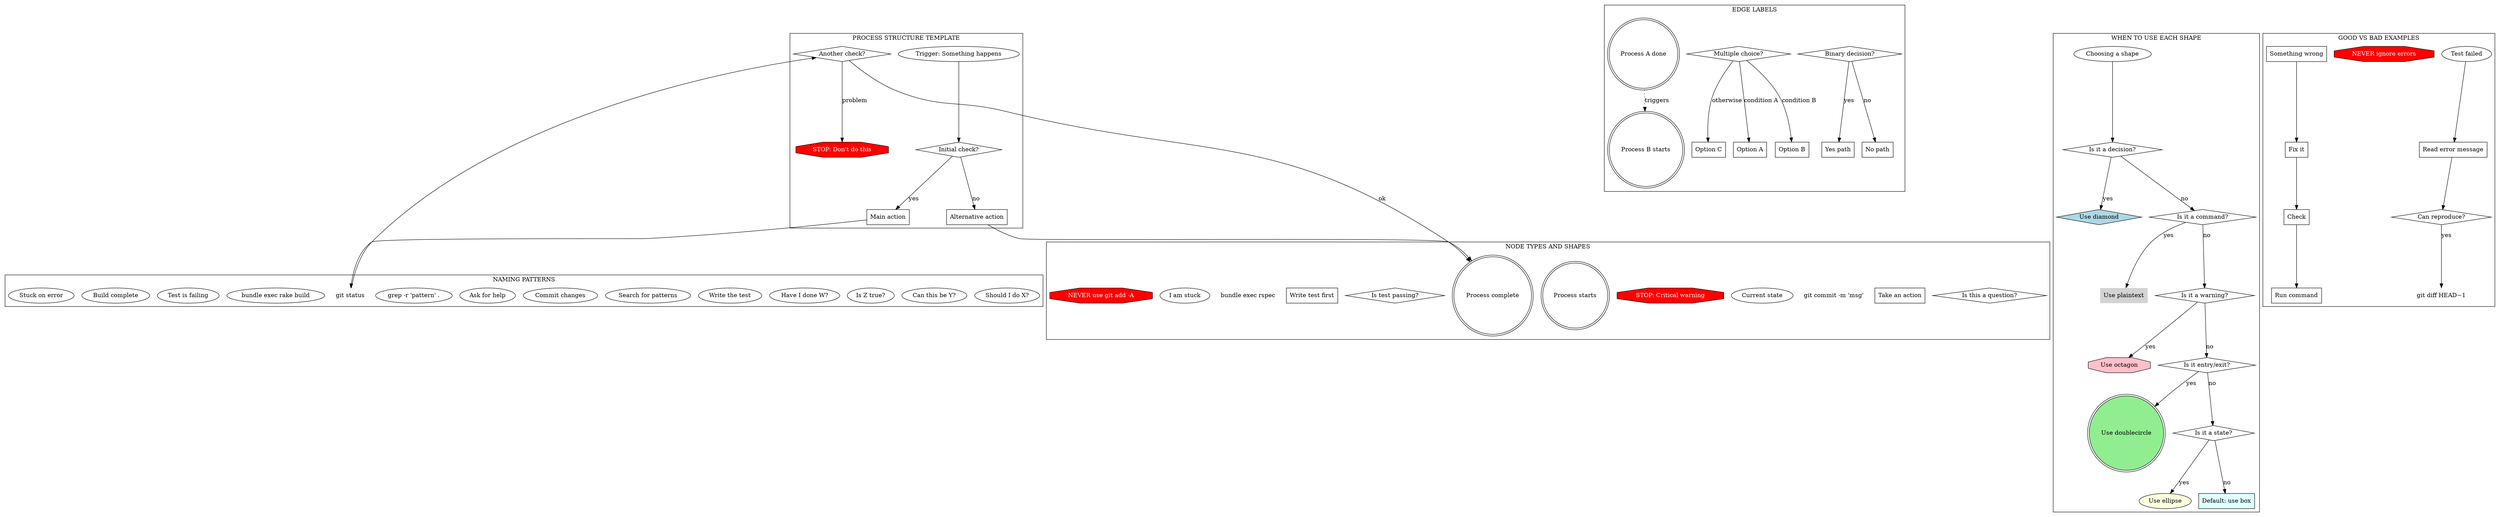
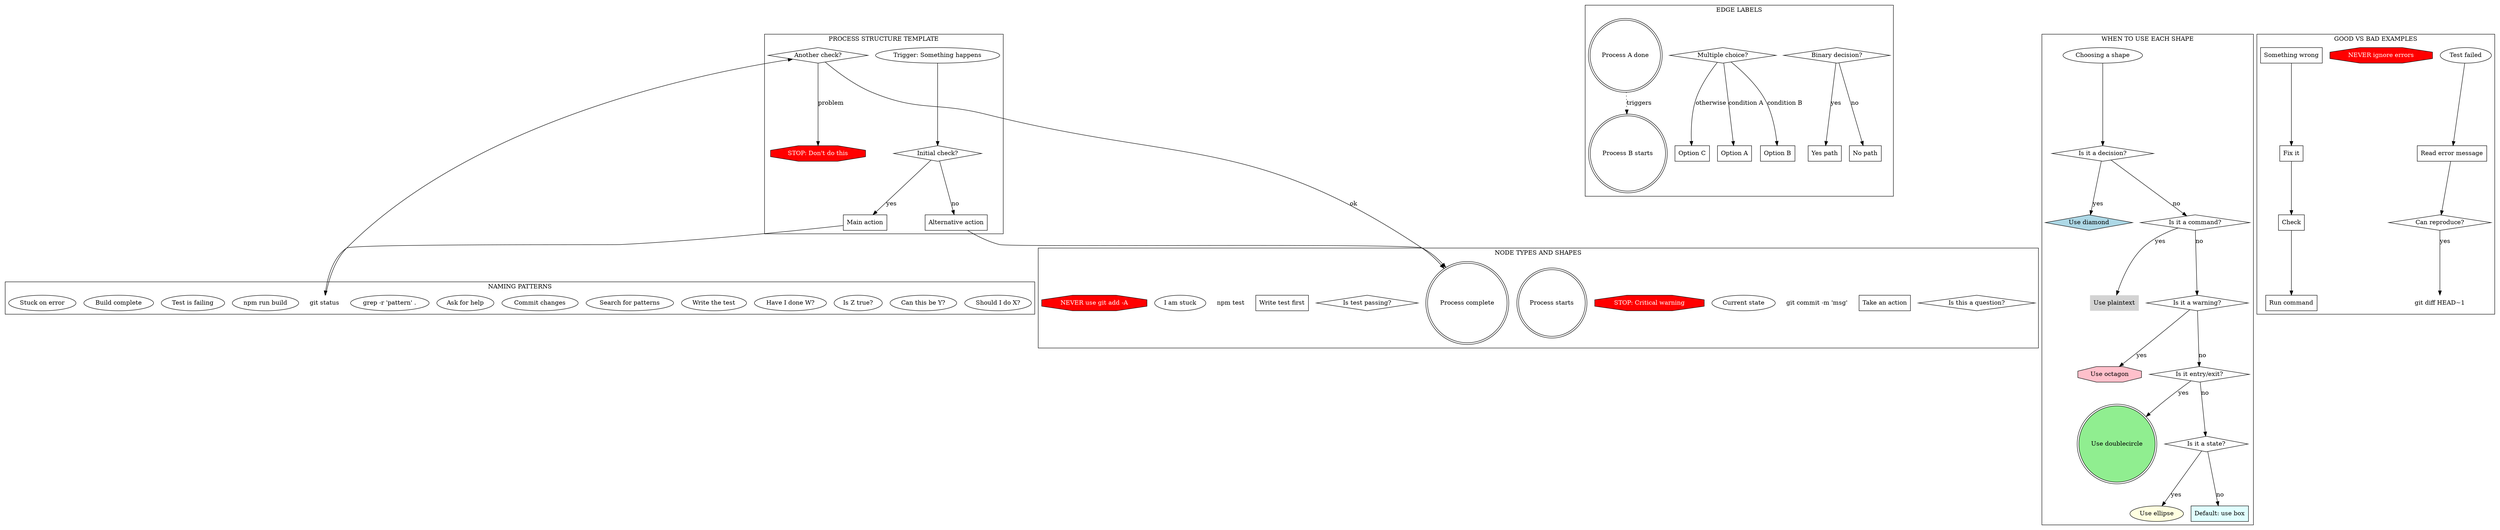
digraph STYLE_GUIDE {
    // The style guide for our process DSL, written in the DSL itself

    // Node type examples with their shapes
    subgraph cluster_node_types {
        label="NODE TYPES AND SHAPES";

        // Questions are diamonds
        "Is this a question?" [shape=diamond];

        // Actions are boxes (default)
        "Take an action" [shape=box];

        // Commands are plaintext
        "git commit -m 'msg'" [shape=plaintext];

        // States are ellipses
        "Current state" [shape=ellipse];

        // Warnings are octagons
        "STOP: Critical warning" [shape=octagon, style=filled, fillcolor=red, fontcolor=white];

        // Entry/exit are double circles
        "Process starts" [shape=doublecircle];
        "Process complete" [shape=doublecircle];

        // Examples of each
        "Is test passing?" [shape=diamond];
        "Write test first" [shape=box];
-         "bundle exec rspec" [shape=plaintext];
+         "npm test" [shape=plaintext];
        "I am stuck" [shape=ellipse];
        "NEVER use git add -A" [shape=octagon, style=filled, fillcolor=red, fontcolor=white];
    }

    // Edge naming conventions
    subgraph cluster_edge_types {
        label="EDGE LABELS";

        "Binary decision?" [shape=diamond];
        "Yes path" [shape=box];
        "No path" [shape=box];

        "Binary decision?" -> "Yes path" [label="yes"];
        "Binary decision?" -> "No path" [label="no"];

        "Multiple choice?" [shape=diamond];
        "Option A" [shape=box];
        "Option B" [shape=box];
        "Option C" [shape=box];

        "Multiple choice?" -> "Option A" [label="condition A"];
        "Multiple choice?" -> "Option B" [label="condition B"];
        "Multiple choice?" -> "Option C" [label="otherwise"];

        "Process A done" [shape=doublecircle];
        "Process B starts" [shape=doublecircle];

        "Process A done" -> "Process B starts" [label="triggers", style=dotted];
    }

    // Naming patterns
    subgraph cluster_naming_patterns {
        label="NAMING PATTERNS";

        // Questions end with ?
        "Should I do X?";
        "Can this be Y?";
        "Is Z true?";
        "Have I done W?";

        // Actions start with verb
        "Write the test";
        "Search for patterns";
        "Commit changes";
        "Ask for help";

        // Commands are literal
        "grep -r 'pattern' .";
        "git status";
-         "bundle exec rake build";
+         "npm run build";

        // States describe situation
        "Test is failing";
        "Build complete";
        "Stuck on error";
    }

    // Process structure template
    subgraph cluster_structure {
        label="PROCESS STRUCTURE TEMPLATE";

        "Trigger: Something happens" [shape=ellipse];
        "Initial check?" [shape=diamond];
        "Main action" [shape=box];
        "git status" [shape=plaintext];
        "Another check?" [shape=diamond];
        "Alternative action" [shape=box];
        "STOP: Don't do this" [shape=octagon, style=filled, fillcolor=red, fontcolor=white];
        "Process complete" [shape=doublecircle];

        "Trigger: Something happens" -> "Initial check?";
        "Initial check?" -> "Main action" [label="yes"];
        "Initial check?" -> "Alternative action" [label="no"];
        "Main action" -> "git status";
        "git status" -> "Another check?";
        "Another check?" -> "Process complete" [label="ok"];
        "Another check?" -> "STOP: Don't do this" [label="problem"];
        "Alternative action" -> "Process complete";
    }

    // When to use which shape
    subgraph cluster_shape_rules {
        label="WHEN TO USE EACH SHAPE";

        "Choosing a shape" [shape=ellipse];

        "Is it a decision?" [shape=diamond];
        "Use diamond" [shape=diamond, style=filled, fillcolor=lightblue];

        "Is it a command?" [shape=diamond];
        "Use plaintext" [shape=plaintext, style=filled, fillcolor=lightgray];

        "Is it a warning?" [shape=diamond];
        "Use octagon" [shape=octagon, style=filled, fillcolor=pink];

        "Is it entry/exit?" [shape=diamond];
        "Use doublecircle" [shape=doublecircle, style=filled, fillcolor=lightgreen];

        "Is it a state?" [shape=diamond];
        "Use ellipse" [shape=ellipse, style=filled, fillcolor=lightyellow];

        "Default: use box" [shape=box, style=filled, fillcolor=lightcyan];

        "Choosing a shape" -> "Is it a decision?";
        "Is it a decision?" -> "Use diamond" [label="yes"];
        "Is it a decision?" -> "Is it a command?" [label="no"];
        "Is it a command?" -> "Use plaintext" [label="yes"];
        "Is it a command?" -> "Is it a warning?" [label="no"];
        "Is it a warning?" -> "Use octagon" [label="yes"];
        "Is it a warning?" -> "Is it entry/exit?" [label="no"];
        "Is it entry/exit?" -> "Use doublecircle" [label="yes"];
        "Is it entry/exit?" -> "Is it a state?" [label="no"];
        "Is it a state?" -> "Use ellipse" [label="yes"];
        "Is it a state?" -> "Default: use box" [label="no"];
    }

    // Good vs bad examples
    subgraph cluster_examples {
        label="GOOD VS BAD EXAMPLES";

        // Good: specific and shaped correctly
        "Test failed" [shape=ellipse];
        "Read error message" [shape=box];
        "Can reproduce?" [shape=diamond];
        "git diff HEAD~1" [shape=plaintext];
        "NEVER ignore errors" [shape=octagon, style=filled, fillcolor=red, fontcolor=white];

        "Test failed" -> "Read error message";
        "Read error message" -> "Can reproduce?";
        "Can reproduce?" -> "git diff HEAD~1" [label="yes"];

        // Bad: vague and wrong shapes
        bad_1 [label="Something wrong", shape=box];  // Should be ellipse (state)
        bad_2 [label="Fix it", shape=box];  // Too vague
        bad_3 [label="Check", shape=box];  // Should be diamond
        bad_4 [label="Run command", shape=box];  // Should be plaintext with actual command

        bad_1 -> bad_2;
        bad_2 -> bad_3;
        bad_3 -> bad_4;
    }
}